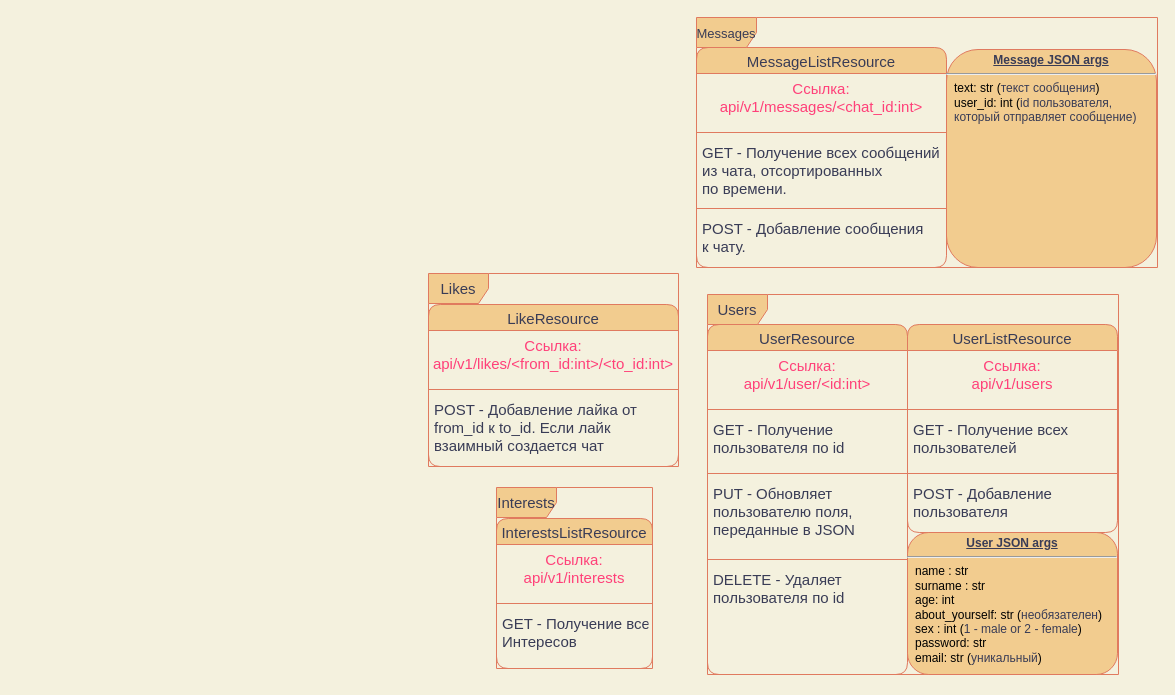
Above: Diagram/REST_api.drawio in andrey-blight/ademy (draw.io), before the change. Source tidied: cells renumbered, new cells numbered last; positions are measured from the earlier drawing's top-left corner, leaving out a move shared by most shapes. Both pictures are drawn from the tidied source at 100%, with x=0, y=0 at pixel (428, 17).
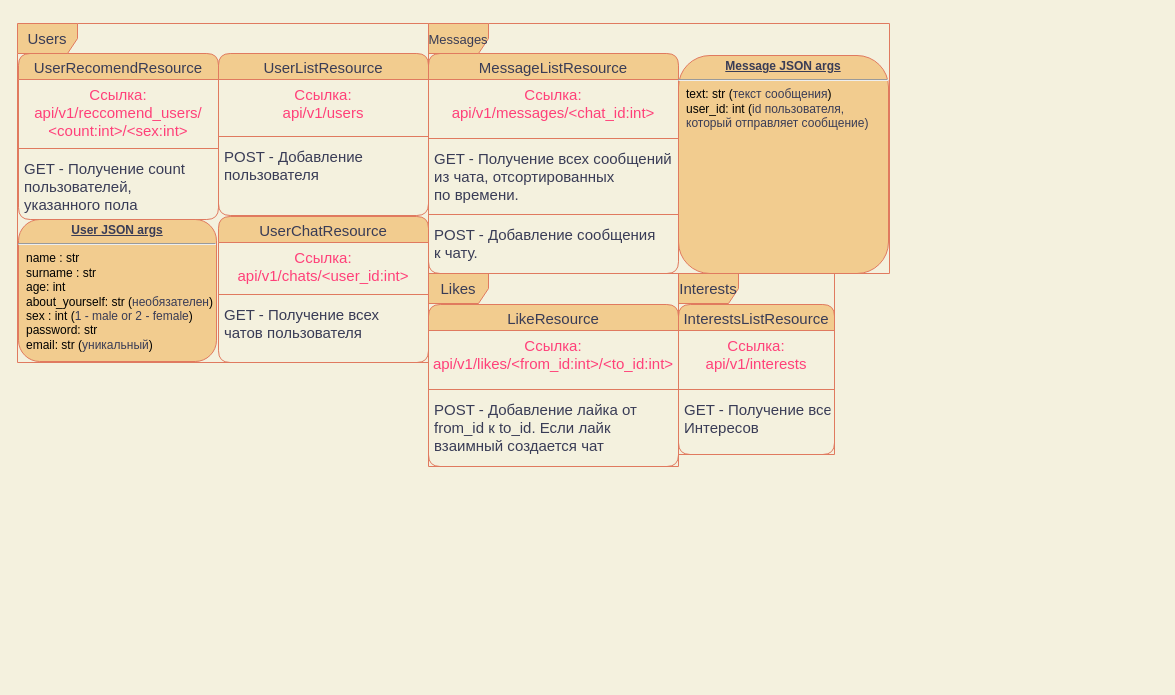
The same page after the edit.

Commit message:
Edit rest api diagrams

The edit, as a diff of the source:
```diff
@@
     <mxCell id="2" value="UserListResource" style="swimlane;fontStyle=0;horizontal=1;startSize=26;align=center;fontSize=15;fillColor=#F2CC8F;strokeColor=#E07A5F;fontColor=#393C56;rounded=1;" parent="1" vertex="1">
-      <mxGeometry x="479" y="307" width="210" height="208" as="geometry" />
+      <mxGeometry x="-210" y="36" width="210" height="162" as="geometry" />
     </mxCell>
     <mxCell id="3" value="Ссылка:&#10;api/v1/users" style="text;strokeColor=none;fillColor=none;spacingLeft=4;spacingRight=4;overflow=hidden;fontSize=15;fontColor=#FF4079;rounded=1;align=center;" parent="2" vertex="1">
-      <mxGeometry y="26" width="210" height="54" as="geometry" />
+      <mxGeometry y="26" width="210" height="52" as="geometry" />
     </mxCell>
     <mxCell id="4" style="line;strokeWidth=1;dashed=0;labelPosition=right;align=left;verticalAlign=middle;spacingTop=0;spacingLeft=6;fontSize=15;labelBackgroundColor=#F4F1DE;fillColor=#F2CC8F;strokeColor=#E07A5F;fontColor=#393C56;rounded=1;" parent="2" vertex="1">
-      <mxGeometry y="80" width="210" height="10" as="geometry" />
+      <mxGeometry y="78" width="210" height="10" as="geometry" />
     </mxCell>
-    <mxCell id="5" value="GET - Получение всех &#10;пользователей" style="text;strokeColor=none;fillColor=none;spacingLeft=4;spacingRight=4;overflow=hidden;fontSize=15;fontColor=#393C56;rounded=1;" parent="2" vertex="1">
-      <mxGeometry y="90" width="210" height="54" as="geometry" />
-    </mxCell>
-    <mxCell id="6" style="line;strokeWidth=1;dashed=0;labelPosition=right;align=left;verticalAlign=middle;spacingTop=0;spacingLeft=6;fontSize=15;labelBackgroundColor=#F4F1DE;fillColor=#F2CC8F;strokeColor=#E07A5F;fontColor=#393C56;rounded=1;" parent="2" vertex="1">
-      <mxGeometry y="144" width="210" height="10" as="geometry" />
-    </mxCell>
     <mxCell id="7" value="POST - Добавление &#10;пользователя" style="text;strokeColor=none;fillColor=none;spacingLeft=4;spacingRight=4;overflow=hidden;fontSize=15;fontColor=#393C56;rounded=1;" parent="2" vertex="1">
-      <mxGeometry y="154" width="210" height="54" as="geometry" />
+      <mxGeometry y="88" width="210" height="74" as="geometry" />
     </mxCell>
-    <mxCell id="8" value="UserResource" style="swimlane;fontStyle=0;horizontal=1;startSize=26;align=center;fontSize=15;fillColor=#F2CC8F;strokeColor=#E07A5F;fontColor=#393C56;rounded=1;" parent="1" vertex="1">
-      <mxGeometry x="279" y="307" width="200" height="350" as="geometry" />
+    <mxCell id="8" value="UserRecomendResource" style="swimlane;fontStyle=0;horizontal=1;startSize=26;align=center;fontSize=15;fillColor=#F2CC8F;strokeColor=#E07A5F;fontColor=#393C56;rounded=1;" parent="1" vertex="1">
+      <mxGeometry x="-410" y="36" width="200" height="166" as="geometry" />
     </mxCell>
-    <mxCell id="9" value="Ссылка:&#10;api/v1/user/&lt;id:int&gt;" style="text;strokeColor=none;fillColor=none;spacingLeft=4;spacingRight=4;overflow=hidden;fontSize=15;fontColor=#FF4079;rounded=1;align=center;" parent="8" vertex="1">
-      <mxGeometry y="26" width="200" height="54" as="geometry" />
+    <mxCell id="9" value="Ссылка:&#10;api/v1/reccomend_users/&#10;&lt;count:int&gt;/&lt;sex:int&gt;" style="text;strokeColor=none;fillColor=none;spacingLeft=4;spacingRight=4;overflow=hidden;fontSize=15;fontColor=#FF4079;rounded=1;align=center;" parent="8" vertex="1">
+      <mxGeometry y="26" width="200" height="64" as="geometry" />
     </mxCell>
     <mxCell id="10" style="line;strokeWidth=1;dashed=0;labelPosition=right;align=left;verticalAlign=middle;spacingTop=0;spacingLeft=6;fontSize=15;labelBackgroundColor=#F4F1DE;fillColor=#F2CC8F;strokeColor=#E07A5F;fontColor=#393C56;rounded=1;" parent="8" vertex="1">
-      <mxGeometry y="80" width="200" height="10" as="geometry" />
+      <mxGeometry y="90" width="200" height="10" as="geometry" />
     </mxCell>
-    <mxCell id="11" value="GET - Получение &#10;пользователя по id" style="text;strokeColor=none;fillColor=none;spacingLeft=4;spacingRight=4;overflow=hidden;fontSize=15;fontColor=#393C56;rounded=1;" parent="8" vertex="1">
-      <mxGeometry y="90" width="200" height="54" as="geometry" />
+    <mxCell id="11" value="GET - Получение count &#10;пользователей, &#10;указанного пола" style="text;strokeColor=none;fillColor=none;spacingLeft=4;spacingRight=4;overflow=hidden;fontSize=15;fontColor=#393C56;rounded=1;" parent="8" vertex="1">
+      <mxGeometry y="100" width="200" height="66" as="geometry" />
     </mxCell>
-    <mxCell id="12" style="line;strokeWidth=1;dashed=0;labelPosition=right;align=left;verticalAlign=middle;spacingTop=0;spacingLeft=6;fontSize=15;labelBackgroundColor=#F4F1DE;fillColor=#F2CC8F;strokeColor=#E07A5F;fontColor=#393C56;rounded=1;" parent="8" vertex="1">
-      <mxGeometry y="144" width="200" height="10" as="geometry" />
-    </mxCell>
-    <mxCell id="13" value="PUT - Обновляет &#10;пользователю поля, &#10;переданные в JSON" style="text;strokeColor=none;fillColor=none;spacingLeft=4;spacingRight=4;overflow=hidden;fontSize=15;fontColor=#393C56;rounded=1;" parent="8" vertex="1">
-      <mxGeometry y="154" width="200" height="76" as="geometry" />
-    </mxCell>
-    <mxCell id="14" style="line;strokeWidth=1;dashed=0;labelPosition=right;align=left;verticalAlign=middle;spacingTop=0;spacingLeft=6;fontSize=15;labelBackgroundColor=#F4F1DE;fillColor=#F2CC8F;strokeColor=#E07A5F;fontColor=#393C56;rounded=1;" parent="8" vertex="1">
-      <mxGeometry y="230" width="200" height="10" as="geometry" />
-    </mxCell>
-    <mxCell id="15" value="DELETE - Удаляет &#10;пользователя по id" style="text;strokeColor=none;fillColor=none;spacingLeft=4;spacingRight=4;overflow=hidden;fontSize=15;fontColor=#393C56;rounded=1;" parent="8" vertex="1">
-      <mxGeometry y="240" width="200" height="110" as="geometry" />
-    </mxCell>
     <mxCell id="16" value="Users" style="shape=umlFrame;whiteSpace=wrap;html=1;fontSize=15;fontColor=#393C56;fillColor=#F2CC8F;strokeColor=#E07A5F;rounded=1;" parent="1" vertex="1">
-      <mxGeometry x="279" y="277" width="411" height="380" as="geometry" />
+      <mxGeometry x="-411" y="6" width="411" height="339" as="geometry" />
     </mxCell>
     <mxCell id="17" value="&lt;p style=&quot;margin: 0px ; margin-top: 4px ; text-align: center ; text-decoration: underline&quot;&gt;&lt;b&gt;User JSON args&lt;/b&gt;&lt;/p&gt;&lt;hr&gt;&lt;p style=&quot;margin: 0px ; margin-left: 8px&quot;&gt;&lt;font color=&quot;#000000&quot;&gt;name : str&lt;/font&gt;&lt;/p&gt;&lt;p style=&quot;margin: 0px ; margin-left: 8px&quot;&gt;&lt;font color=&quot;#000000&quot;&gt;surname : str&lt;br&gt;age: int&lt;/font&gt;&lt;/p&gt;&lt;p style=&quot;margin: 0px ; margin-left: 8px&quot;&gt;&lt;font color=&quot;#000000&quot;&gt;about_yourself: str (&lt;/font&gt;необязателен&lt;font color=&quot;#000000&quot;&gt;)&lt;/font&gt;&lt;/p&gt;&lt;p style=&quot;margin: 0px ; margin-left: 8px&quot;&gt;&lt;font color=&quot;#000000&quot;&gt;sex : int (&lt;/font&gt;1 - male or 2 - female&lt;font color=&quot;#000000&quot;&gt;)&lt;/font&gt;&lt;/p&gt;&lt;p style=&quot;margin: 0px ; margin-left: 8px&quot;&gt;&lt;font color=&quot;#000000&quot;&gt;password: str&lt;/font&gt;&lt;/p&gt;&lt;p style=&quot;margin: 0px ; margin-left: 8px&quot;&gt;&lt;font color=&quot;#000000&quot;&gt;email: str (&lt;/font&gt;уникальный&lt;font color=&quot;#000000&quot;&gt;)&lt;/font&gt;&lt;/p&gt;" style="verticalAlign=top;align=left;overflow=fill;fontSize=12;fontFamily=Helvetica;html=1;fontColor=#393C56;fillColor=#F2CC8F;strokeColor=#E07A5F;rounded=1;" parent="1" vertex="1">
-      <mxGeometry x="479" y="515" width="210" height="142" as="geometry" />
+      <mxGeometry x="-410" y="202" width="198" height="142" as="geometry" />
     </mxCell>
     <mxCell id="18" value="InterestsListResource" style="swimlane;fontStyle=0;horizontal=1;startSize=26;align=center;fontSize=15;fillColor=#F2CC8F;strokeColor=#E07A5F;fontColor=#393C56;rounded=1;" parent="1" vertex="1">
-      <mxGeometry x="68" y="501" width="156" height="150" as="geometry" />
+      <mxGeometry x="250" y="287" width="156" height="150" as="geometry" />
     </mxCell>
@@
     <mxCell id="22" value="Interests" style="shape=umlFrame;whiteSpace=wrap;html=1;fontSize=15;fontColor=#393C56;fillColor=#F2CC8F;strokeColor=#E07A5F;rounded=1;" parent="1" vertex="1">
-      <mxGeometry x="68" y="470" width="156" height="181" as="geometry" />
+      <mxGeometry x="250" y="256" width="156" height="181" as="geometry" />
     </mxCell>
@@
     <mxCell id="28" value="MessageListResource" style="swimlane;fontStyle=0;horizontal=1;startSize=26;align=center;fontSize=15;fillColor=#F2CC8F;strokeColor=#E07A5F;fontColor=#393C56;rounded=1;" parent="1" vertex="1">
-      <mxGeometry x="268" y="30" width="250" height="220" as="geometry" />
+      <mxGeometry y="36" width="250" height="220" as="geometry" />
     </mxCell>
@@
     <mxCell id="34" value="&lt;font style=&quot;font-size: 13px&quot;&gt;Messages&lt;/font&gt;" style="shape=umlFrame;whiteSpace=wrap;html=1;fontSize=15;fontColor=#393C56;fillColor=#F2CC8F;strokeColor=#E07A5F;rounded=1;" parent="1" vertex="1">
-      <mxGeometry x="268" width="461" height="250" as="geometry" />
+      <mxGeometry y="6" width="461" height="250" as="geometry" />
     </mxCell>
     <mxCell id="35" value="&lt;p style=&quot;margin: 0px ; margin-top: 4px ; text-align: center ; text-decoration: underline&quot;&gt;&lt;b&gt;Message JSON args&lt;/b&gt;&lt;/p&gt;&lt;hr&gt;&lt;p style=&quot;margin: 0px ; margin-left: 8px&quot;&gt;&lt;font color=&quot;#000000&quot;&gt;text: str (&lt;/font&gt;текст сообщения&lt;font color=&quot;#000000&quot;&gt;)&lt;/font&gt;&lt;/p&gt;&lt;p style=&quot;margin: 0px ; margin-left: 8px&quot;&gt;&lt;font color=&quot;#000000&quot;&gt;user_id: int (&lt;/font&gt;id пользователя,&amp;nbsp;&lt;/p&gt;&lt;p style=&quot;margin: 0px ; margin-left: 8px&quot;&gt;который отправляет сообщение)&lt;font color=&quot;#000000&quot;&gt;&lt;br&gt;&lt;br&gt;&lt;/font&gt;&lt;/p&gt;" style="verticalAlign=top;align=left;overflow=fill;fontSize=12;fontFamily=Helvetica;html=1;fontColor=#393C56;fillColor=#F2CC8F;strokeColor=#E07A5F;rounded=1;" parent="1" vertex="1">
-      <mxGeometry x="518" y="32" width="210" height="218" as="geometry" />
+      <mxGeometry x="250" y="38" width="210" height="218" as="geometry" />
     </mxCell>
+    <mxCell id="36" value="UserChatResource" style="swimlane;fontStyle=0;horizontal=1;startSize=26;align=center;fontSize=15;fillColor=#F2CC8F;strokeColor=#E07A5F;fontColor=#393C56;rounded=1;" parent="1" vertex="1">
+      <mxGeometry x="-210" y="199" width="210" height="146" as="geometry" />
+    </mxCell>
+    <mxCell id="37" value="Ссылка:&#10;api/v1/chats/&lt;user_id:int&gt;" style="text;strokeColor=none;fillColor=none;spacingLeft=4;spacingRight=4;overflow=hidden;fontSize=15;fontColor=#FF4079;rounded=1;align=center;" parent="36" vertex="1">
+      <mxGeometry y="26" width="210" height="47" as="geometry" />
+    </mxCell>
+    <mxCell id="38" style="line;strokeWidth=1;dashed=0;labelPosition=right;align=left;verticalAlign=middle;spacingTop=0;spacingLeft=6;fontSize=15;labelBackgroundColor=#F4F1DE;fillColor=#F2CC8F;strokeColor=#E07A5F;fontColor=#393C56;rounded=1;" parent="36" vertex="1">
+      <mxGeometry y="73" width="210" height="10" as="geometry" />
+    </mxCell>
+    <mxCell id="39" value="GET - Получение всех &#10;чатов пользователя" style="text;strokeColor=none;fillColor=none;spacingLeft=4;spacingRight=4;overflow=hidden;fontSize=15;fontColor=#393C56;rounded=1;" parent="36" vertex="1">
+      <mxGeometry y="83" width="210" height="63" as="geometry" />
+    </mxCell>
```
